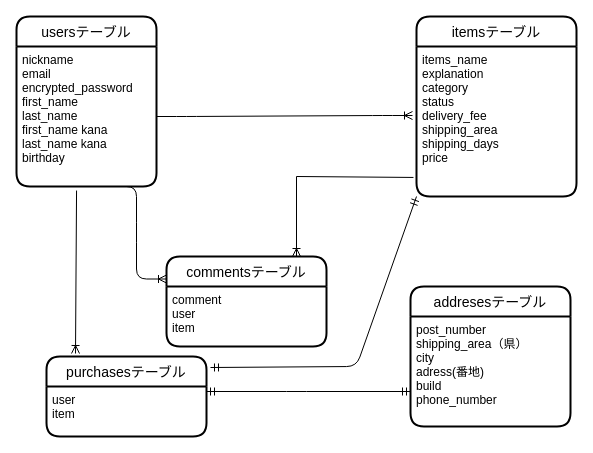
Above: ER図.dio in ookurayuuhei/furima-37439 (draw.io), before the change. Source tidied: cells renumbered, new cells numbered last; positions are measured from the earlier drawing's top-left corner, leaving out a move shared by most shapes. Both pictures are drawn from the tidied source at 100%, with x=0, y=0 at pixel (16, 16).
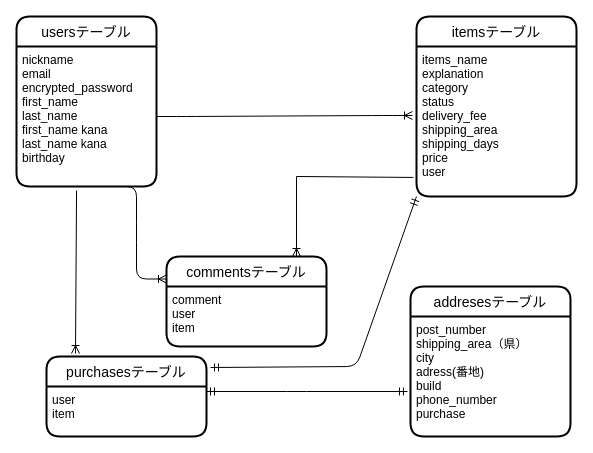
The same page after the edit.

The change refers to these unchanged cells:
```xml
<mxCell id="4" value="itemsテーブル" style="swimlane;horizontal=1;startSize=30;rounded=1;fontSize=14;fontStyle=0;strokeWidth=2;shadow=0;dashed=0;align=center;" parent="1" vertex="1">
  <mxGeometry x="400" width="160" height="180" as="geometry" />
</mxCell>
```

The edit, as a diff of the source:
```diff
@@
-    <mxCell id="5" value="items_name&#10;explanation&#10;category&#10;status&#10;delivery_fee&#10;shipping_area&#10;shipping_days&#10;price" style="align=left;strokeColor=none;fillColor=none;spacingLeft=4;fontSize=12;verticalAlign=top;" parent="4" vertex="1">
+    <mxCell id="5" value="items_name&#10;explanation&#10;category&#10;status&#10;delivery_fee&#10;shipping_area&#10;shipping_days&#10;price&#10;user" style="align=left;strokeColor=none;fillColor=none;spacingLeft=4;fontSize=12;verticalAlign=top;" parent="4" vertex="1">
       <mxGeometry y="30" width="160" height="150" as="geometry" />
     </mxCell>
@@
     <mxCell id="12" value="addresesテーブル" style="swimlane;horizontal=1;startSize=30;rounded=1;fontSize=14;fontStyle=0;strokeWidth=2;shadow=0;dashed=0;align=center;" parent="1" vertex="1">
-      <mxGeometry x="394" y="270" width="160" height="140" as="geometry" />
+      <mxGeometry x="394" y="270" width="160" height="150" as="geometry" />
     </mxCell>
-    <mxCell id="13" value="post_number&#10;shipping_area（県）&#10;city&#10;adress(番地)&#10;build&#10;phone_number&#10;" style="align=left;strokeColor=none;fillColor=none;spacingLeft=4;fontSize=12;verticalAlign=top;" parent="12" vertex="1">
-      <mxGeometry y="30" width="160" height="110" as="geometry" />
+    <mxCell id="13" value="post_number&#10;shipping_area（県）&#10;city&#10;adress(番地)&#10;build&#10;phone_number&#10;purchase&#10;" style="align=left;strokeColor=none;fillColor=none;spacingLeft=4;fontSize=12;verticalAlign=top;" parent="12" vertex="1">
+      <mxGeometry y="30" width="160" height="120" as="geometry" />
     </mxCell>
@@
-    <mxCell id="15" style="fontSize=12;html=1;endArrow=ERmandOne;startArrow=ERmandOne;entryX=0;entryY=0.75;entryDx=0;entryDy=0;" parent="1" edge="1" target="12">
+    <mxCell id="15" style="fontSize=12;html=1;endArrow=ERmandOne;startArrow=ERmandOne;entryX=-0.019;entryY=0.625;entryDx=0;entryDy=0;entryPerimeter=0;" parent="1" edge="1" target="13">
       <mxGeometry relative="1" as="geometry">
         <mxPoint x="190" y="375" as="sourcePoint" />
         <Array as="points">
           <mxPoint x="280" y="375" />
         </Array>
       </mxGeometry>
     </mxCell>
```
